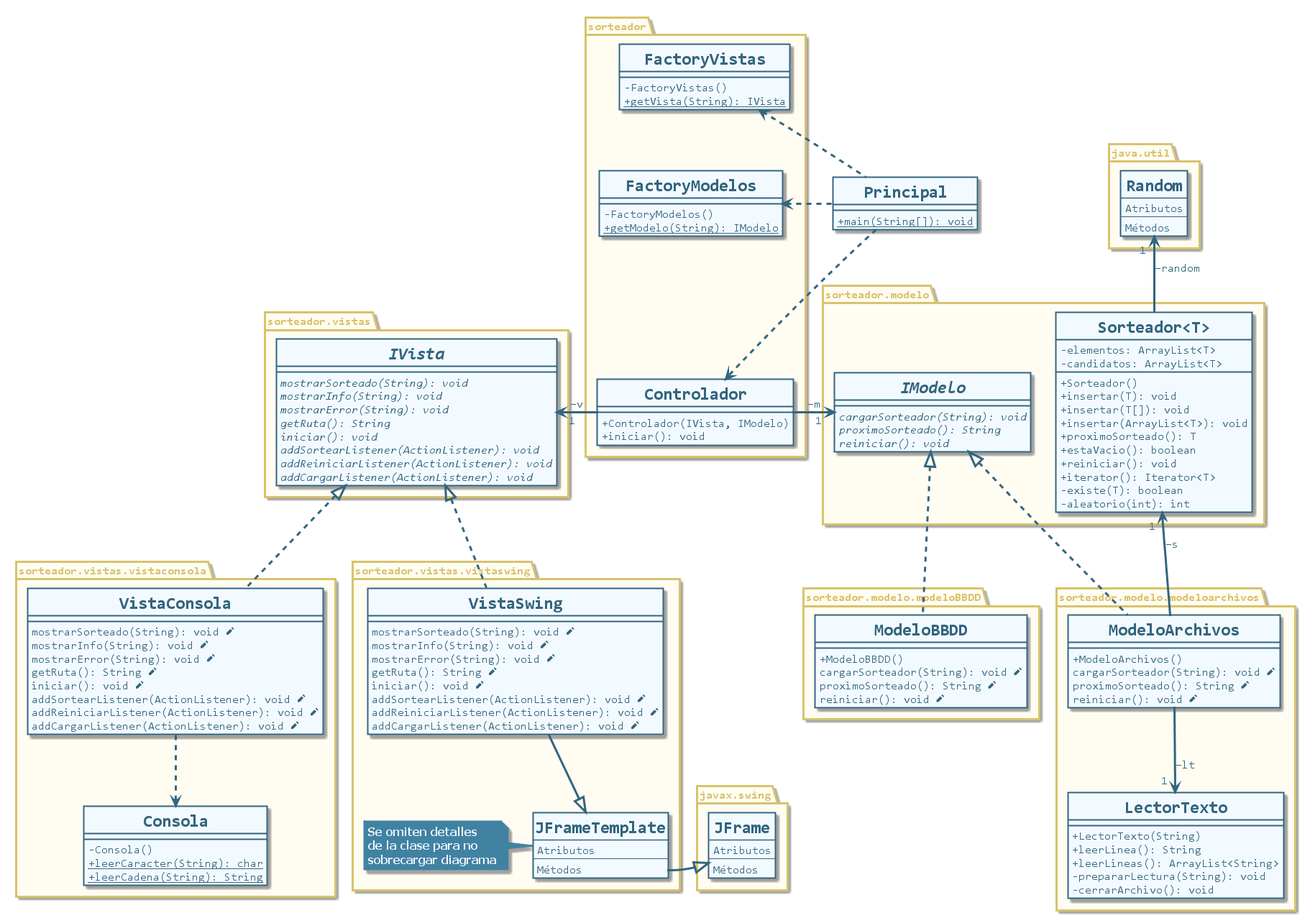
This is src/sorteador/clases-sorteador-mvc-java.png from CharlyCimino/sorteador-mvc-java, a PlantUML export, as it was before one commit.
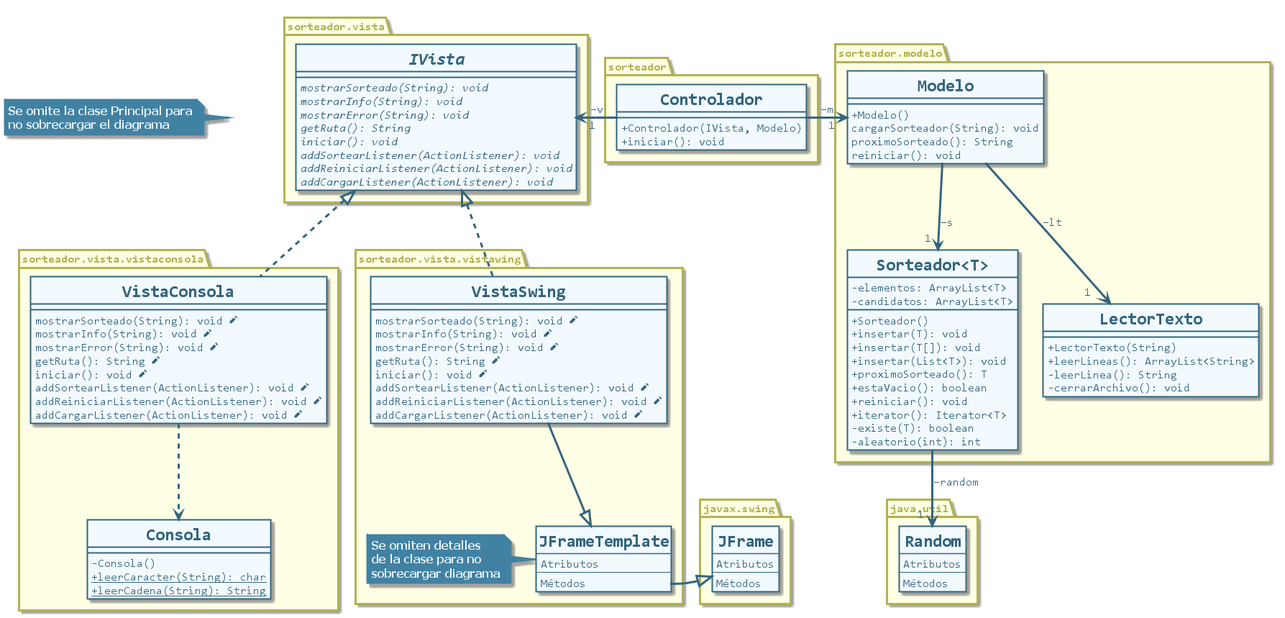
After the change.

Commit message:
Cambios en diagrama de clases

Change to the diagram source:
```diff
@@ -20,9 +20,9 @@
 }
 
 skinparam package {
-    BackgroundColor #fffcf2
-    BorderColor #d8c36c
-    FontColor #d8c36c
+    BackgroundColor #FFFFE5
+    BorderColor #b2b250
+    FontColor #b2b250
     FontStyle Bold
 	FontSize 16
     BorderThickness 3
@@ -46,24 +46,11 @@
 }
 
 hide circle
-class Principal {
-    {static} + main(String[]): void
-}
 
 package sorteador {
 	class Controlador {
-		+Controlador(IVista, IModelo)
+		+Controlador(IVista, Modelo)
 		+iniciar(): void
-	}
-
-	class FactoryModelos {
-		-FactoryModelos()
-		{static} +getModelo(String): IModelo
-	}
-
-	class FactoryVistas {
-		-FactoryVistas()
-		{static} +getVista(String): IVista
 	}
 }
 
@@ -74,7 +61,7 @@
 		+Sorteador()
 		+insertar(T): void
 		+insertar(T[]): void
-		+insertar(ArrayList<T>): void
+		+insertar(List<T>): void
 		+proximoSorteado(): T
 		+estaVacio(): boolean
 		+reiniciar(): void
@@ -83,41 +70,22 @@
 		-aleatorio(int): int
 	}
 
-	interface IModelo {
-		{abstract} cargarSorteador(String): void
-		{abstract} proximoSorteado(): String
-		{abstract} reiniciar(): void
-	}
-
-}
-
-package sorteador.modelo.modeloarchivos {
-	class ModeloArchivos {
-		+ModeloArchivos()
-		cargarSorteador(String): void <&pencil>
-		proximoSorteado(): String <&pencil>
-		reiniciar(): void <&pencil>
+	class Modelo {
+		+Modelo()
+		cargarSorteador(String): void
+		proximoSorteado(): String
+		reiniciar(): void
 	}
 
 	class LectorTexto {
 		+LectorTexto(String)
-		+leerLinea(): String
 		+leerLineas(): ArrayList<String>
-		-prepararLectura(String): void
+		-leerLinea(): String
 		-cerrarArchivo(): void
 	}
 }
 
-package sorteador.modelo.modeloBBDD {
-	class ModeloBBDD {
-		+ModeloBBDD()
-		cargarSorteador(String): void <&pencil>
-		proximoSorteado(): String <&pencil>
-		reiniciar(): void <&pencil>
-	}
-}
-
-package sorteador.vistas {
+package sorteador.vista {
 	interface IVista {
 		{abstract} mostrarSorteado(String): void
 		{abstract} mostrarInfo(String): void
@@ -130,7 +98,7 @@
 	}
 }
 
-package sorteador.vistas.vistaconsola {
+package sorteador.vista.vistaconsola {
 	class VistaConsola {
 		mostrarSorteado(String): void <&pencil>
 		mostrarInfo(String): void <&pencil>
@@ -149,7 +117,7 @@
 	}
 }
 
-package sorteador.vistas.vistaswing {
+package sorteador.vista.vistawing {
 
 	note "Se omiten detalles\nde la clase para no\nsobrecargar diagrama" as notaJFT
 
@@ -189,23 +157,23 @@
 	}
 }
 
-Principal ..> Controlador
-Principal .up.> FactoryModelos
-Principal .up.> FactoryVistas
+class Nota {
+
+}
+
+note "Se omite la clase Principal para\nno sobrecargar el diagrama" as notaPrincipal
+
+hide Nota
+Nota -left- notaPrincipal
 VistaConsola .down.> Consola
 VistaSwing --|> JFrameTemplate
 JFrameTemplate -right-|> JFrame
 VistaSwing .up.|> IVista
 VistaConsola .up.|> IVista
-ModeloArchivos .up.|> IModelo
-ModeloBBDD .up.|> IModelo
 Controlador -left-> " 1 " IVista : −v
-Controlador -right-> " 1 " IModelo : −m
-ModeloArchivos -down-> " 1 " LectorTexto: −lt
-ModeloArchivos --> " 1 " Sorteador: −s
-Sorteador -up-> " 1 " Random:  −random
-ModeloBBDD -[hidden]> Sorteador
-Controlador -up[hidden]-> FactoryModelos
-FactoryModelos -up[hidden]-> FactoryVistas
+Controlador -right-> " 1 " Modelo : −m
+Modelo -down-> "  1  " LectorTexto: −lt
+Modelo -down-> " 1 " Sorteador: −s
+Sorteador --> " 1 " Random:  −random
 JFrameTemplate -left- notaJFT
 @enduml
```
